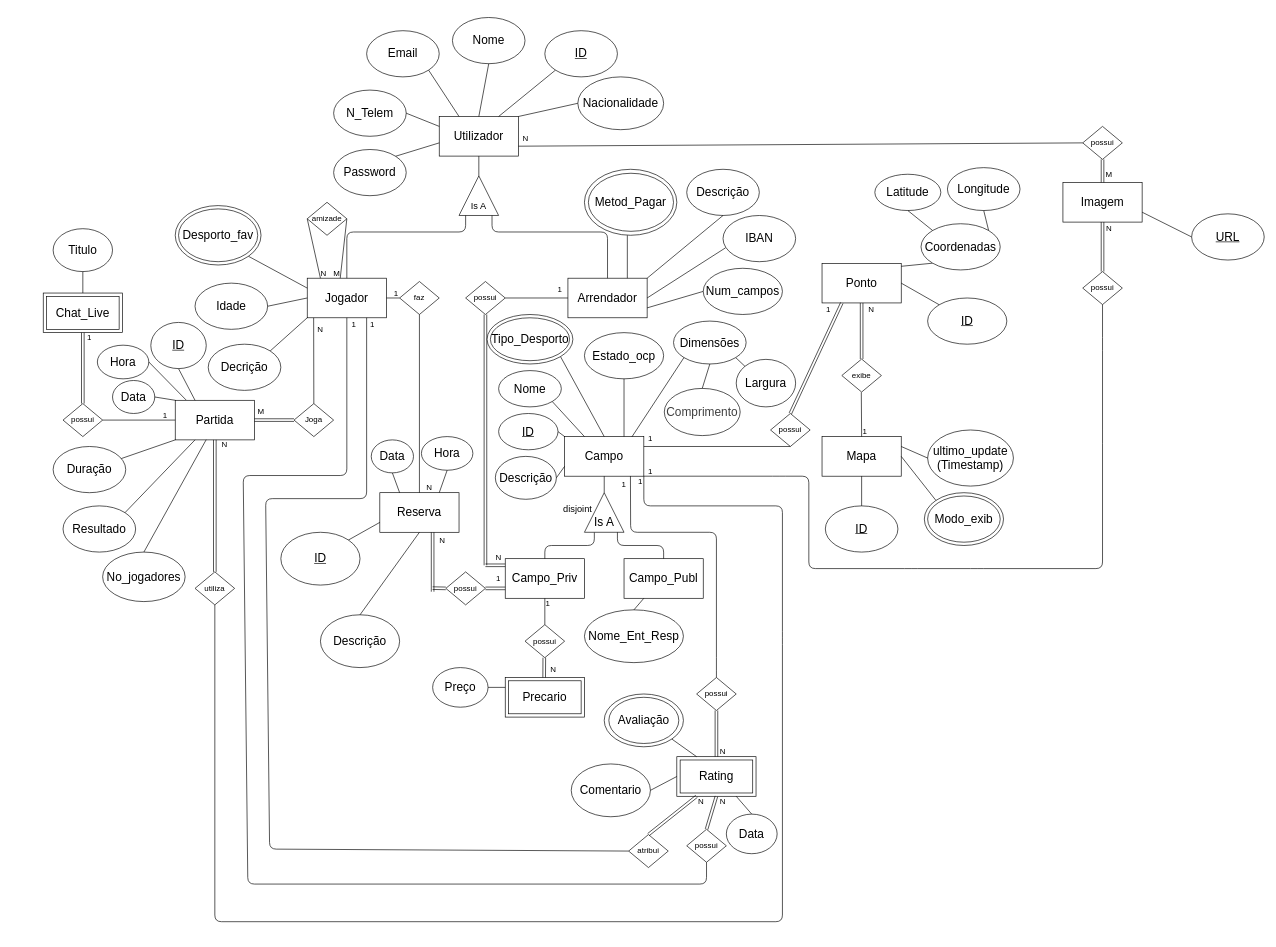
Above: DER_SL.drawio in Paul-Y5/Projeto_SPORTSLINK-BD (draw.io), before the change. Source tidied: cells renumbered, new cells numbered last; positions are measured from the earlier drawing's top-left corner, leaving out a move shared by most shapes. Both pictures are drawn from the tidied source at 66%, with x=0, y=0 at pixel (43, 17).
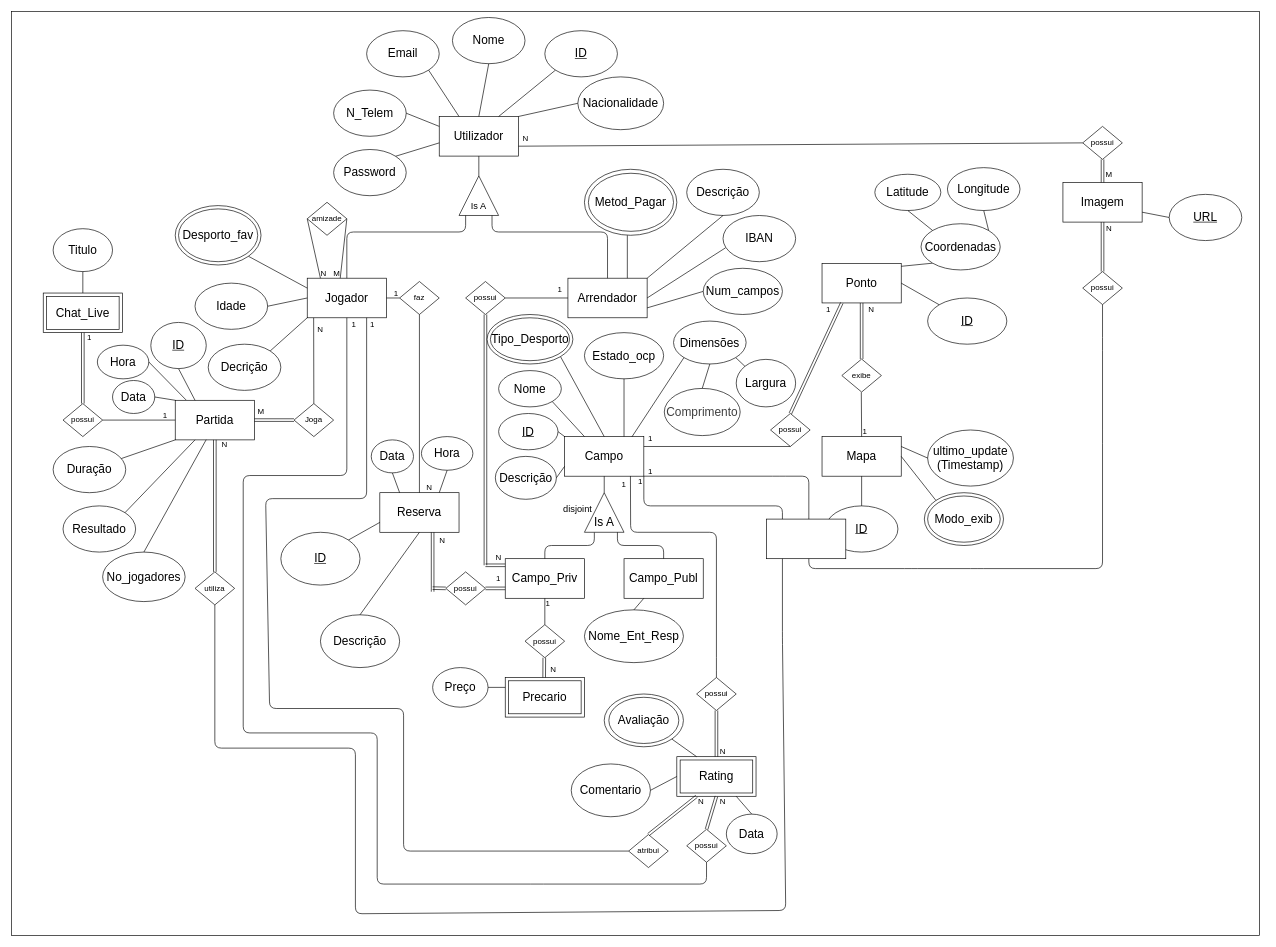
Above is the later version.

Unchanged cells that the change refers to:
```xml
<mxCell id="15" value="&lt;span style=&quot;font-size: 18px;&quot;&gt;Jogador&lt;/span&gt;" style="rounded=0;whiteSpace=wrap;html=1;" parent="1" vertex="1">
  <mxGeometry x="400" y="395" width="120" height="60" as="geometry" />
</mxCell>
<mxCell id="45" value="&lt;font style=&quot;font-size: 18px;&quot;&gt;Campo&lt;/font&gt;" style="rounded=0;whiteSpace=wrap;html=1;" parent="1" vertex="1">
  <mxGeometry x="790" y="635" width="120" height="60" as="geometry" />
</mxCell>
<mxCell id="111" value="utiliza" style="rhombus;whiteSpace=wrap;html=1;" parent="1" vertex="1">
  <mxGeometry x="230" y="840" width="60" height="50" as="geometry" />
</mxCell>
<mxCell id="183" value="possui" style="rhombus;whiteSpace=wrap;html=1;" parent="1" vertex="1">
  <mxGeometry x="975" y="1230" width="60" height="50" as="geometry" />
</mxCell>
<mxCell id="185" value="atribui" style="rhombus;whiteSpace=wrap;html=1;" parent="1" vertex="1">
  <mxGeometry x="887" y="1238" width="60" height="50" as="geometry" />
</mxCell>
```

The edit, as a diff of the source:
```diff
@@
+    <mxCell id="202" style="rounded=0;whiteSpace=wrap;html=1;" parent="1" vertex="1">
+      <mxGeometry x="-48" y="-9" width="1891" height="1400" as="geometry" />
+    </mxCell>
@@
     <mxCell id="113" style="endArrow=none;html=1;entryX=0.5;entryY=1;entryDx=0;entryDy=0;exitX=1;exitY=1;exitDx=0;exitDy=0;" parent="1" edge="1" source="45" target="111">
       <mxGeometry relative="1" as="geometry">
         <Array as="points">
           <mxPoint x="910" y="740" />
           <mxPoint x="1120" y="740" />
           <mxPoint x="1120" y="940" />
-          <mxPoint x="1120" y="1370" />
-          <mxPoint x="260" y="1370" />
+          <mxPoint x="1125" y="1353" />
+          <mxPoint x="473" y="1358" />
+          <mxPoint x="473" y="1107" />
+          <mxPoint x="260" y="1107" />
         </Array>
       </mxGeometry>
     </mxCell>
@@
     <mxCell id="155" value="&lt;span style=&quot;font-size: 18px;&quot;&gt;&lt;u&gt;URL&lt;/u&gt;&lt;/span&gt;" style="ellipse;whiteSpace=wrap;html=1;" parent="1" vertex="1">
-      <mxGeometry x="1740" y="297.5" width="110" height="70" as="geometry" />
+      <mxGeometry x="1706" y="268" width="110" height="70" as="geometry" />
     </mxCell>
@@
     <mxCell id="187" style="endArrow=none;html=1;entryX=0.5;entryY=1;entryDx=0;entryDy=0;exitX=0.5;exitY=1;exitDx=0;exitDy=0;" parent="1" edge="1" source="183" target="15">
       <mxGeometry relative="1" as="geometry">
         <Array as="points">
           <mxPoint x="1005" y="1313" />
-          <mxPoint x="310" y="1313" />
+          <mxPoint x="748" y="1313" />
+          <mxPoint x="506" y="1313" />
+          <mxPoint x="506" y="1084" />
+          <mxPoint x="303" y="1084" />
           <mxPoint x="303" y="694" />
           <mxPoint x="460" y="694" />
         </Array>
       </mxGeometry>
     </mxCell>
     <mxCell id="188" style="endArrow=none;html=1;exitX=0.75;exitY=1;exitDx=0;exitDy=0;entryX=0;entryY=0.5;entryDx=0;entryDy=0;" parent="1" edge="1" source="15" target="185">
       <mxGeometry relative="1" as="geometry">
         <Array as="points">
           <mxPoint x="490" y="729" />
           <mxPoint x="337" y="729" />
-          <mxPoint x="343" y="1260" />
+          <mxPoint x="343" y="1047" />
+          <mxPoint x="546" y="1047" />
+          <mxPoint x="546" y="1263" />
         </Array>
       </mxGeometry>
     </mxCell>
@@
+    <mxCell id="203" style="rounded=0;whiteSpace=wrap;html=1;" parent="1" vertex="1">
+      <mxGeometry x="1096" y="760" width="120" height="60" as="geometry" />
+    </mxCell>
```
